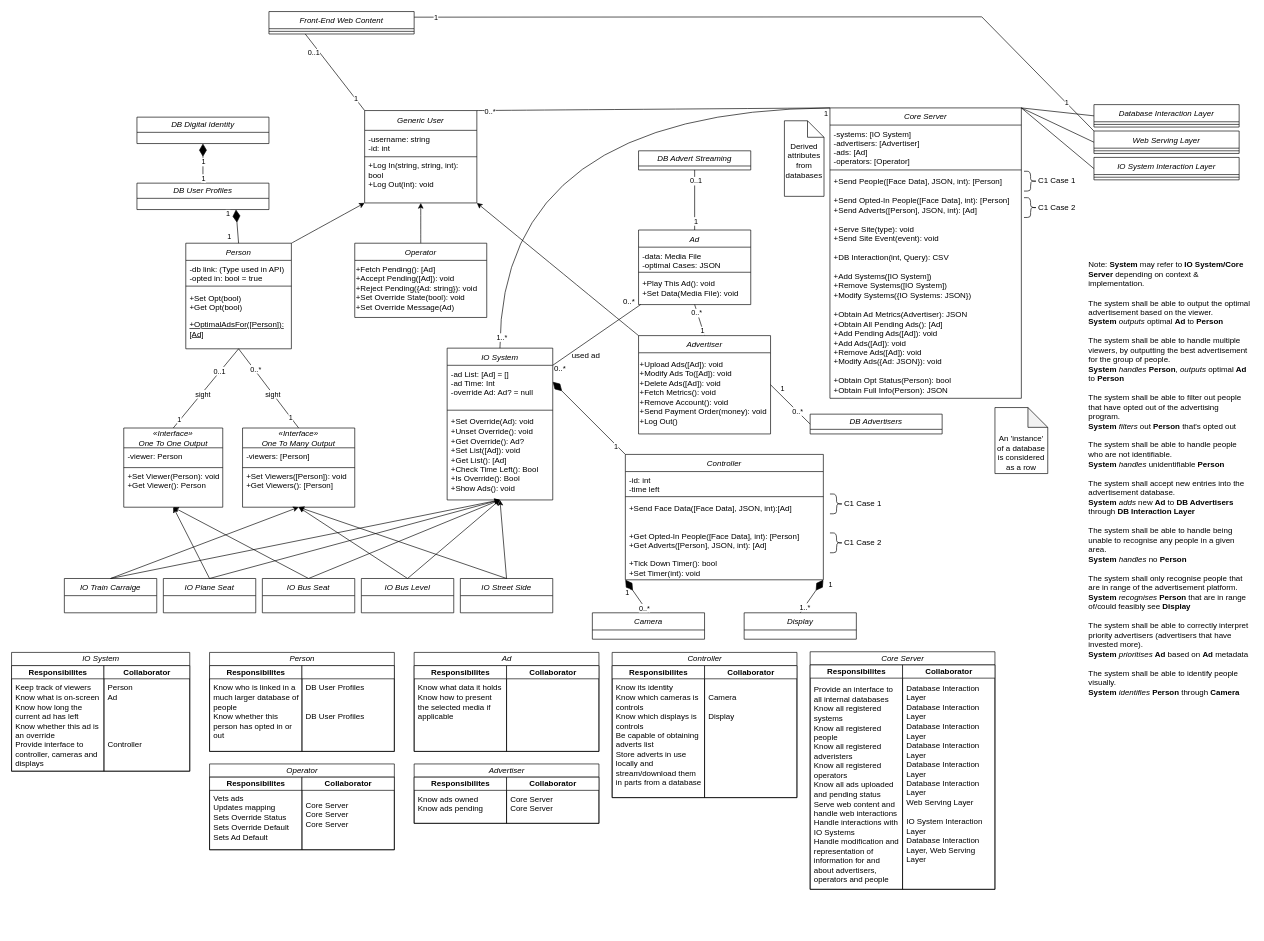
Before: page "Page-1" (1 of 2) of class-diagram.drawio in pseud0n/sepp-diagrams, a draw.io diagram. Source tidied: cells renumbered, new cells numbered last; positions are measured from the earlier drawing's top-left corner, leaving out a move shared by most shapes. Both pictures are drawn from the tidied source at 66%, with x=0, y=0 at pixel (11, 11).
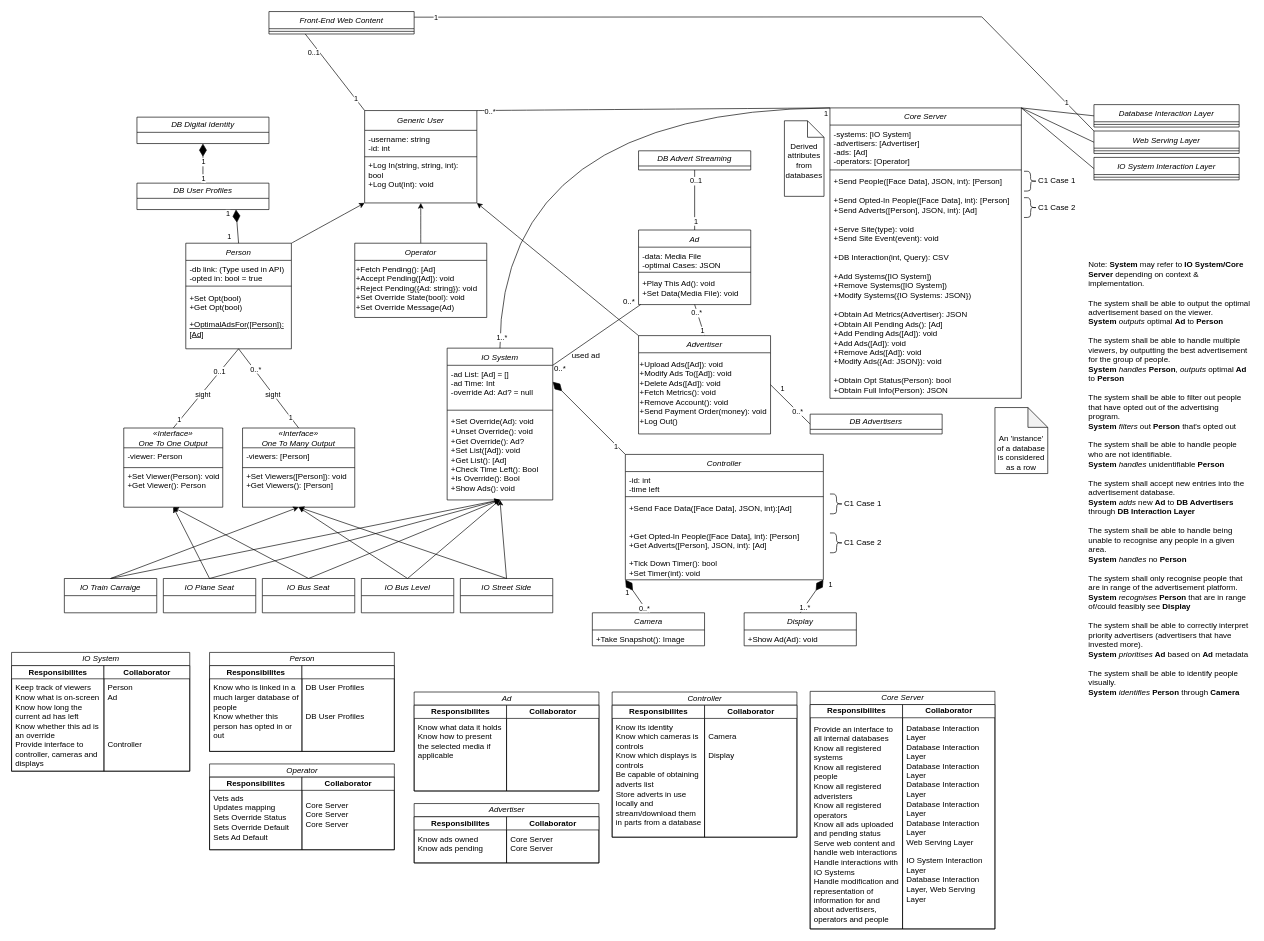
The same page after the edit.

Change to the diagram source:
```diff
@@
     <mxCell id="63" value="Camera" style="swimlane;fontStyle=2;align=center;verticalAlign=top;horizontal=1;startSize=26;rounded=0;shadow=0;strokeWidth=1;" parent="1" vertex="1">
-      <mxGeometry x="880" y="911" width="170" height="40" as="geometry" />
+      <mxGeometry x="880" y="911" width="170" height="50" as="geometry" />
     </mxCell>
+    <mxCell id="171" value="+Take Snapshot(): Image" style="text;html=1;strokeColor=none;fillColor=none;align=left;verticalAlign=top;whiteSpace=wrap;rounded=0;spacingLeft=4;spacingRight=4;" parent="63" vertex="1">
+      <mxGeometry y="26" width="170" height="24" as="geometry" />
+    </mxCell>
     <mxCell id="64" value="Display" style="swimlane;fontStyle=2;align=center;verticalAlign=top;horizontal=1;startSize=26;rounded=0;shadow=0;strokeWidth=1;" parent="1" vertex="1">
-      <mxGeometry x="1110" y="911" width="170" height="40" as="geometry" />
+      <mxGeometry x="1110" y="911" width="170" height="50" as="geometry" />
     </mxCell>
+    <mxCell id="172" value="+Show Ad(Ad): void" style="text;html=1;strokeColor=none;fillColor=none;align=left;verticalAlign=top;whiteSpace=wrap;rounded=0;spacingLeft=4;spacingRight=4;" parent="64" vertex="1">
+      <mxGeometry y="26" width="170" height="24" as="geometry" />
+    </mxCell>
@@
     <mxCell id="77" style="group;fontStyle=0;" parent="1" vertex="1">
-      <mxGeometry x="610" y="971" width="280" height="150" as="geometry" />
+      <mxGeometry x="610" y="1031" width="280" height="150" as="geometry" />
     </mxCell>
@@
     <mxCell id="82" style="group;fontStyle=2;" parent="1" vertex="1">
-      <mxGeometry x="910" y="971" width="280" height="220" as="geometry" />
+      <mxGeometry x="910" y="1031" width="280" height="220" as="geometry" />
     </mxCell>
@@
     <mxCell id="145" style="group;fontStyle=0;" parent="1" vertex="1">
-      <mxGeometry x="610" y="1140" width="280" height="90" as="geometry" />
+      <mxGeometry x="610" y="1200" width="280" height="90" as="geometry" />
     </mxCell>
@@
     <mxCell id="157" style="group;fontStyle=2;" parent="1" vertex="1">
-      <mxGeometry x="1210" y="970" width="280" height="360" as="geometry" />
+      <mxGeometry x="1210" y="1030" width="280" height="360" as="geometry" />
     </mxCell>
```
